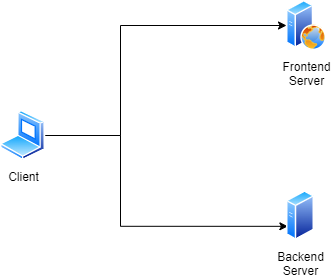
divyanshyadav/chat-app keeps this draw.io diagram as diagram.png. Above is the earlier version. Source tidied: cells renumbered, new cells last; positions are measured from the earlier drawing's top-left corner, leaving out a move shared by most shapes.
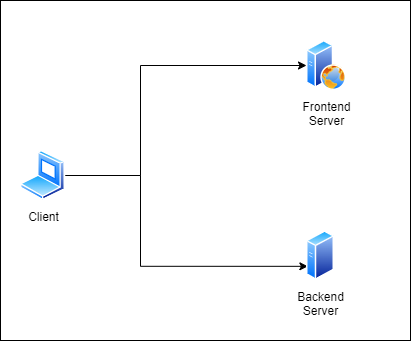
After the commit.

What changed in the source:
```diff
@@ -2,6 +2,9 @@
   <root>
     <mxCell id="0" />
     <mxCell id="1" parent="0" />
+    <mxCell id="7" style="rounded=0;whiteSpace=wrap;html=1;" parent="1" vertex="1">
+      <mxGeometry x="-20" y="-40" width="410" height="340" as="geometry" />
+    </mxCell>
     <mxCell id="2" style="edgeStyle=orthogonalEdgeStyle;rounded=0;jettySize=auto;html=1;" parent="1" edge="1" source="4" target="5">
       <mxGeometry relative="1" as="geometry">
         <Array as="points">
```
